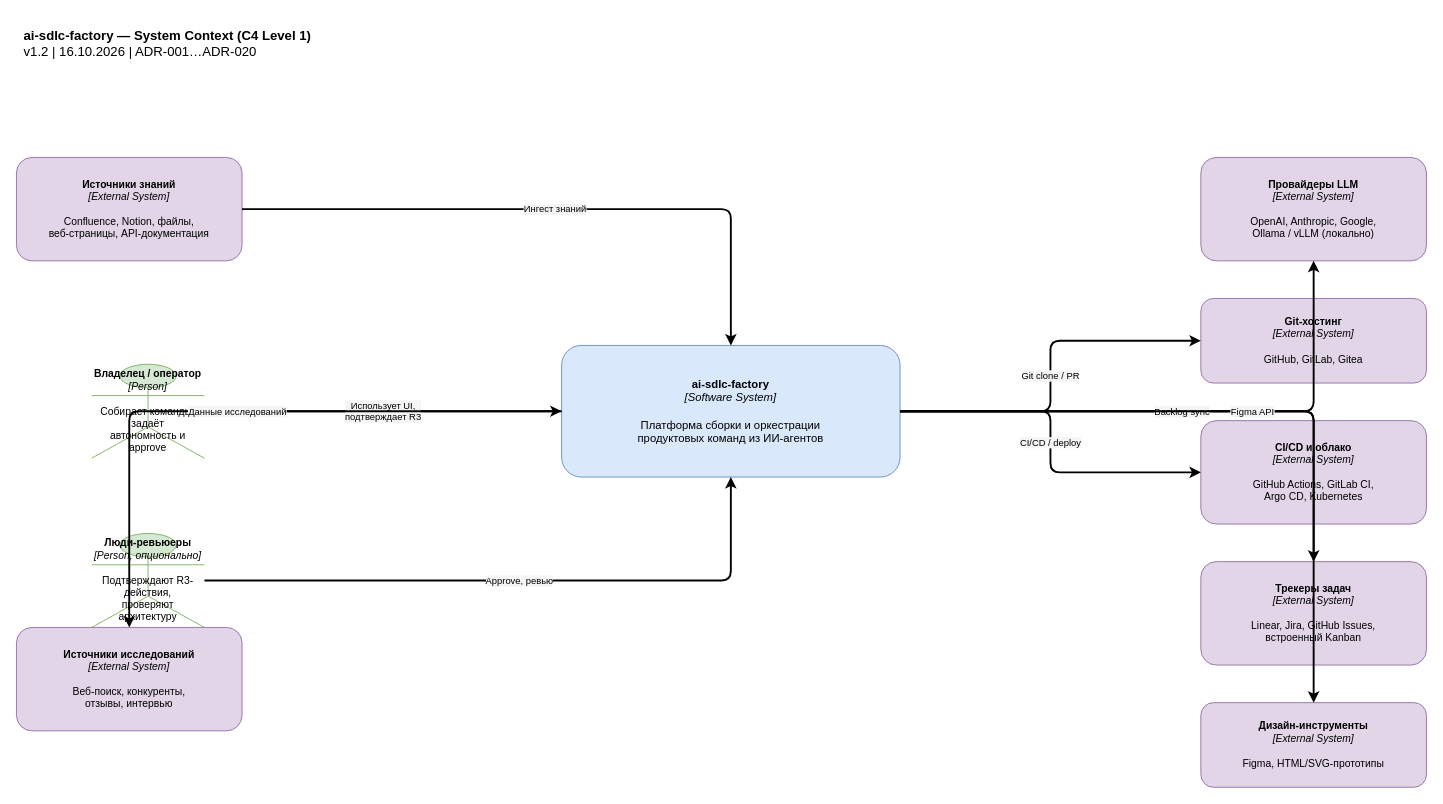
The draw.io diagram docs/architecture/diagrams/01-system-context.drawio in sapelyuk/ai-sdlc-factory, before the edit. Source tidied: cells renumbered, new cells numbered last; positions are measured from the earlier drawing's top-left corner, leaving out a move shared by most shapes. Both pictures are drawn from the tidied source at 94%, with x=0, y=0 at pixel (16, 16).
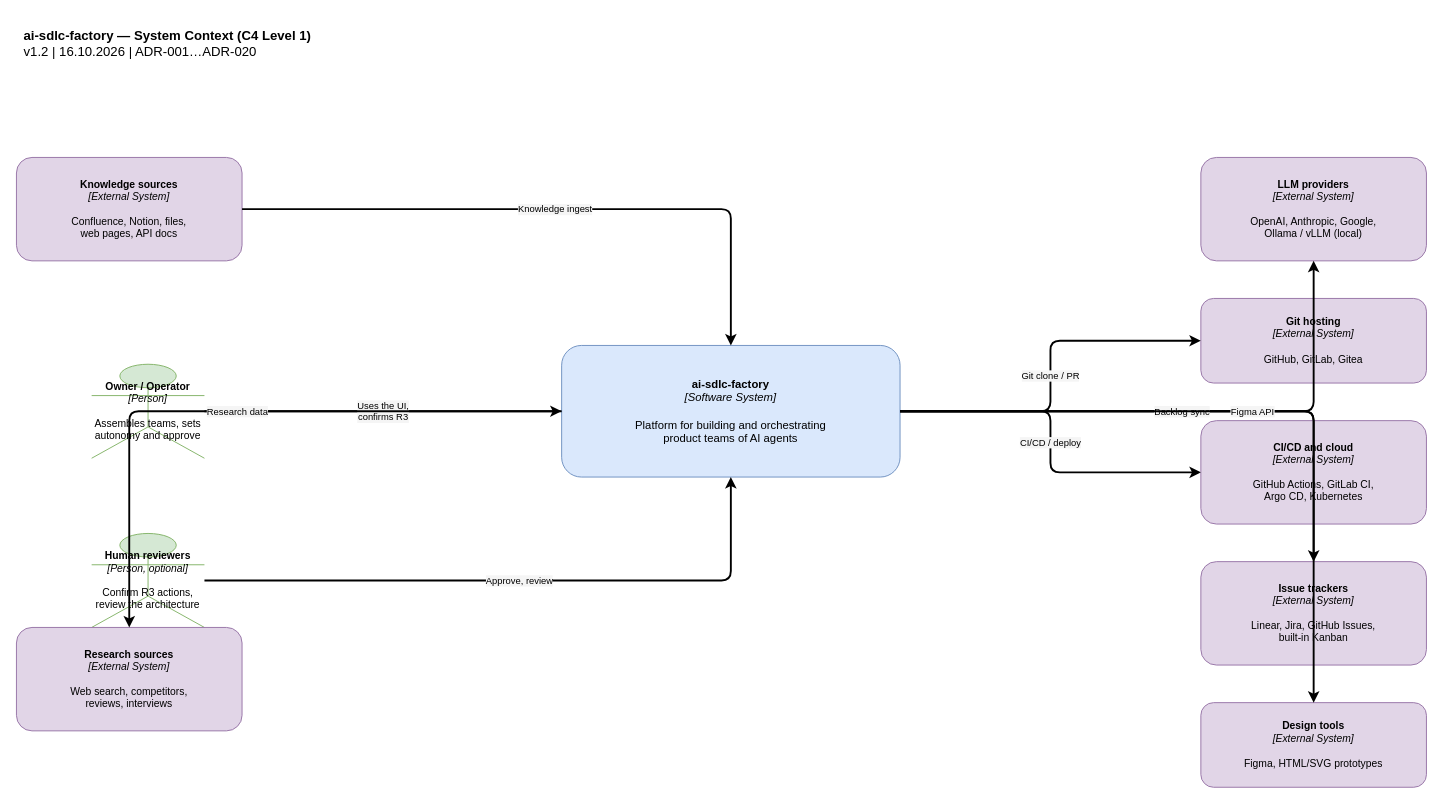
The same page after the edit.

What changed in the source:
```diff
@@
-    <mxCell id="3" value="&lt;b&gt;ai-sdlc-factory&lt;/b&gt;&lt;br&gt;&lt;i&gt;[Software System]&lt;/i&gt;&lt;br&gt;&lt;br&gt;Платформа сборки и оркестрации&lt;br&gt;продуктовых команд из ИИ-агентов" style="rounded=1;whiteSpace=wrap;html=1;fillColor=#dae8fc;strokeColor=#6c8ebf;fontSize=12;verticalAlign=middle;spacing=8;" parent="1" vertex="1">
+    <mxCell id="3" value="&lt;b&gt;ai-sdlc-factory&lt;/b&gt;&lt;br&gt;&lt;i&gt;[Software System]&lt;/i&gt;&lt;br&gt;&lt;br&gt;Platform for building and orchestrating&lt;br&gt;product teams of AI agents" style="rounded=1;whiteSpace=wrap;html=1;fillColor=#dae8fc;strokeColor=#6c8ebf;fontSize=12;verticalAlign=middle;spacing=8;" parent="1" vertex="1">
       <mxGeometry x="580" y="350" width="360" height="140" as="geometry" />
     </mxCell>
-    <mxCell id="4" value="&lt;b&gt;Владелец / оператор&lt;/b&gt;&lt;br&gt;&lt;i&gt;[Person]&lt;/i&gt;&lt;br&gt;&lt;br&gt;Собирает команды, задаёт&lt;br&gt;автономность и approve" style="shape=umlActor;whiteSpace=wrap;html=1;fillColor=#d5e8d4;strokeColor=#82b366;fontSize=11;verticalAlign=middle;" parent="1" vertex="1">
+    <mxCell id="4" value="&lt;b&gt;Owner / Operator&lt;/b&gt;&lt;br&gt;&lt;i&gt;[Person]&lt;/i&gt;&lt;br&gt;&lt;br&gt;Assembles teams, sets&lt;br&gt;autonomy and approve" style="shape=umlActor;whiteSpace=wrap;html=1;fillColor=#d5e8d4;strokeColor=#82b366;fontSize=11;verticalAlign=middle;" parent="1" vertex="1">
       <mxGeometry x="80" y="370" width="120" height="100" as="geometry" />
     </mxCell>
-    <mxCell id="5" value="&lt;b&gt;Люди-ревьюеры&lt;/b&gt;&lt;br&gt;&lt;i&gt;[Person, опционально]&lt;/i&gt;&lt;br&gt;&lt;br&gt;Подтверждают R3-действия,&lt;br&gt;проверяют архитектуру" style="shape=umlActor;whiteSpace=wrap;html=1;fillColor=#d5e8d4;strokeColor=#82b366;fontSize=11;verticalAlign=middle;" parent="1" vertex="1">
+    <mxCell id="5" value="&lt;b&gt;Human reviewers&lt;/b&gt;&lt;br&gt;&lt;i&gt;[Person, optional]&lt;/i&gt;&lt;br&gt;&lt;br&gt;Confirm R3 actions,&lt;br&gt;review the architecture" style="shape=umlActor;whiteSpace=wrap;html=1;fillColor=#d5e8d4;strokeColor=#82b366;fontSize=11;verticalAlign=middle;" parent="1" vertex="1">
       <mxGeometry x="80" y="550" width="120" height="100" as="geometry" />
     </mxCell>
-    <mxCell id="6" value="&lt;b&gt;Провайдеры LLM&lt;/b&gt;&lt;br&gt;&lt;i&gt;[External System]&lt;/i&gt;&lt;br&gt;&lt;br&gt;OpenAI, Anthropic, Google,&lt;br&gt;Ollama / vLLM (локально)" style="rounded=1;whiteSpace=wrap;html=1;fillColor=#e1d5e7;strokeColor=#9673a6;fontSize=11;verticalAlign=middle;spacing=6;" parent="1" vertex="1">
+    <mxCell id="6" value="&lt;b&gt;LLM providers&lt;/b&gt;&lt;br&gt;&lt;i&gt;[External System]&lt;/i&gt;&lt;br&gt;&lt;br&gt;OpenAI, Anthropic, Google,&lt;br&gt;Ollama / vLLM (local)" style="rounded=1;whiteSpace=wrap;html=1;fillColor=#e1d5e7;strokeColor=#9673a6;fontSize=11;verticalAlign=middle;spacing=6;" parent="1" vertex="1">
       <mxGeometry x="1260" y="150" width="240" height="110" as="geometry" />
     </mxCell>
-    <mxCell id="7" value="&lt;b&gt;Git-хостинг&lt;/b&gt;&lt;br&gt;&lt;i&gt;[External System]&lt;/i&gt;&lt;br&gt;&lt;br&gt;GitHub, GitLab, Gitea" style="rounded=1;whiteSpace=wrap;html=1;fillColor=#e1d5e7;strokeColor=#9673a6;fontSize=11;verticalAlign=middle;spacing=6;" parent="1" vertex="1">
+    <mxCell id="7" value="&lt;b&gt;Git hosting&lt;/b&gt;&lt;br&gt;&lt;i&gt;[External System]&lt;/i&gt;&lt;br&gt;&lt;br&gt;GitHub, GitLab, Gitea" style="rounded=1;whiteSpace=wrap;html=1;fillColor=#e1d5e7;strokeColor=#9673a6;fontSize=11;verticalAlign=middle;spacing=6;" parent="1" vertex="1">
       <mxGeometry x="1260" y="300" width="240" height="90" as="geometry" />
     </mxCell>
-    <mxCell id="8" value="&lt;b&gt;CI/CD и облако&lt;/b&gt;&lt;br&gt;&lt;i&gt;[External System]&lt;/i&gt;&lt;br&gt;&lt;br&gt;GitHub Actions, GitLab CI,&lt;br&gt;Argo CD, Kubernetes" style="rounded=1;whiteSpace=wrap;html=1;fillColor=#e1d5e7;strokeColor=#9673a6;fontSize=11;verticalAlign=middle;spacing=6;" parent="1" vertex="1">
+    <mxCell id="8" value="&lt;b&gt;CI/CD and cloud&lt;/b&gt;&lt;br&gt;&lt;i&gt;[External System]&lt;/i&gt;&lt;br&gt;&lt;br&gt;GitHub Actions, GitLab CI,&lt;br&gt;Argo CD, Kubernetes" style="rounded=1;whiteSpace=wrap;html=1;fillColor=#e1d5e7;strokeColor=#9673a6;fontSize=11;verticalAlign=middle;spacing=6;" parent="1" vertex="1">
       <mxGeometry x="1260" y="430" width="240" height="110" as="geometry" />
     </mxCell>
-    <mxCell id="9" value="&lt;b&gt;Трекеры задач&lt;/b&gt;&lt;br&gt;&lt;i&gt;[External System]&lt;/i&gt;&lt;br&gt;&lt;br&gt;Linear, Jira, GitHub Issues,&lt;br&gt;встроенный Kanban" style="rounded=1;whiteSpace=wrap;html=1;fillColor=#e1d5e7;strokeColor=#9673a6;fontSize=11;verticalAlign=middle;spacing=6;" parent="1" vertex="1">
+    <mxCell id="9" value="&lt;b&gt;Issue trackers&lt;/b&gt;&lt;br&gt;&lt;i&gt;[External System]&lt;/i&gt;&lt;br&gt;&lt;br&gt;Linear, Jira, GitHub Issues,&lt;br&gt;built-in Kanban" style="rounded=1;whiteSpace=wrap;html=1;fillColor=#e1d5e7;strokeColor=#9673a6;fontSize=11;verticalAlign=middle;spacing=6;" parent="1" vertex="1">
       <mxGeometry x="1260" y="580" width="240" height="110" as="geometry" />
     </mxCell>
-    <mxCell id="10" value="&lt;b&gt;Дизайн-инструменты&lt;/b&gt;&lt;br&gt;&lt;i&gt;[External System]&lt;/i&gt;&lt;br&gt;&lt;br&gt;Figma, HTML/SVG-прототипы" style="rounded=1;whiteSpace=wrap;html=1;fillColor=#e1d5e7;strokeColor=#9673a6;fontSize=11;verticalAlign=middle;spacing=6;" parent="1" vertex="1">
+    <mxCell id="10" value="&lt;b&gt;Design tools&lt;/b&gt;&lt;br&gt;&lt;i&gt;[External System]&lt;/i&gt;&lt;br&gt;&lt;br&gt;Figma, HTML/SVG prototypes" style="rounded=1;whiteSpace=wrap;html=1;fillColor=#e1d5e7;strokeColor=#9673a6;fontSize=11;verticalAlign=middle;spacing=6;" parent="1" vertex="1">
       <mxGeometry x="1260" y="730" width="240" height="90" as="geometry" />
     </mxCell>
-    <mxCell id="11" value="&lt;b&gt;Источники знаний&lt;/b&gt;&lt;br&gt;&lt;i&gt;[External System]&lt;/i&gt;&lt;br&gt;&lt;br&gt;Confluence, Notion, файлы,&lt;br&gt;веб-страницы, API-документация" style="rounded=1;whiteSpace=wrap;html=1;fillColor=#e1d5e7;strokeColor=#9673a6;fontSize=11;verticalAlign=middle;spacing=6;" parent="1" vertex="1">
+    <mxCell id="11" value="&lt;b&gt;Knowledge sources&lt;/b&gt;&lt;br&gt;&lt;i&gt;[External System]&lt;/i&gt;&lt;br&gt;&lt;br&gt;Confluence, Notion, files,&lt;br&gt;web pages, API docs" style="rounded=1;whiteSpace=wrap;html=1;fillColor=#e1d5e7;strokeColor=#9673a6;fontSize=11;verticalAlign=middle;spacing=6;" parent="1" vertex="1">
       <mxGeometry y="150" width="240" height="110" as="geometry" />
     </mxCell>
-    <mxCell id="12" value="&lt;b&gt;Источники исследований&lt;/b&gt;&lt;br&gt;&lt;i&gt;[External System]&lt;/i&gt;&lt;br&gt;&lt;br&gt;Веб-поиск, конкуренты,&lt;br&gt;отзывы, интервью" style="rounded=1;whiteSpace=wrap;html=1;fillColor=#e1d5e7;strokeColor=#9673a6;fontSize=11;verticalAlign=middle;spacing=6;" parent="1" vertex="1">
+    <mxCell id="12" value="&lt;b&gt;Research sources&lt;/b&gt;&lt;br&gt;&lt;i&gt;[External System]&lt;/i&gt;&lt;br&gt;&lt;br&gt;Web search, competitors,&lt;br&gt;reviews, interviews" style="rounded=1;whiteSpace=wrap;html=1;fillColor=#e1d5e7;strokeColor=#9673a6;fontSize=11;verticalAlign=middle;spacing=6;" parent="1" vertex="1">
       <mxGeometry y="650" width="240" height="110" as="geometry" />
     </mxCell>
-    <mxCell id="13" value="Использует UI,&lt;br&gt;подтверждает R3" style="edgeStyle=orthogonalEdgeStyle;rounded=1;html=1;strokeWidth=2;labelBackgroundColor=#F5F5F5;fontSize=10;" parent="1" edge="1" source="4" target="3">
+    <mxCell id="13" value="Uses the UI,&lt;br&gt;confirms R3" style="edgeStyle=orthogonalEdgeStyle;rounded=1;html=1;strokeWidth=2;labelBackgroundColor=#F5F5F5;fontSize=10;" parent="1" edge="1" source="4" target="3">
       <mxGeometry relative="1" as="geometry" />
     </mxCell>
-    <mxCell id="14" value="Approve, ревью" style="edgeStyle=orthogonalEdgeStyle;rounded=1;html=1;strokeWidth=2;labelBackgroundColor=#F5F5F5;fontSize=10;" parent="1" edge="1" source="5" target="3">
+    <mxCell id="14" value="Approve, review" style="edgeStyle=orthogonalEdgeStyle;rounded=1;html=1;strokeWidth=2;labelBackgroundColor=#F5F5F5;fontSize=10;" parent="1" edge="1" source="5" target="3">
       <mxGeometry relative="1" as="geometry" />
     </mxCell>
@@
-    <mxCell id="20" value="Ингест знаний" style="edgeStyle=orthogonalEdgeStyle;rounded=1;html=1;strokeWidth=2;labelBackgroundColor=#F5F5F5;fontSize=10;" parent="1" edge="1" source="11" target="3">
+    <mxCell id="20" value="Knowledge ingest" style="edgeStyle=orthogonalEdgeStyle;rounded=1;html=1;strokeWidth=2;labelBackgroundColor=#F5F5F5;fontSize=10;" parent="1" edge="1" source="11" target="3">
       <mxGeometry relative="1" as="geometry" />
     </mxCell>
-    <mxCell id="21" value="Данные исследований" style="edgeStyle=orthogonalEdgeStyle;rounded=1;html=1;strokeWidth=2;labelBackgroundColor=#F5F5F5;fontSize=10;" parent="1" edge="1" source="3" target="12">
+    <mxCell id="21" value="Research data" style="edgeStyle=orthogonalEdgeStyle;rounded=1;html=1;strokeWidth=2;labelBackgroundColor=#F5F5F5;fontSize=10;" parent="1" edge="1" source="3" target="12">
       <mxGeometry relative="1" as="geometry" />
     </mxCell>
```
